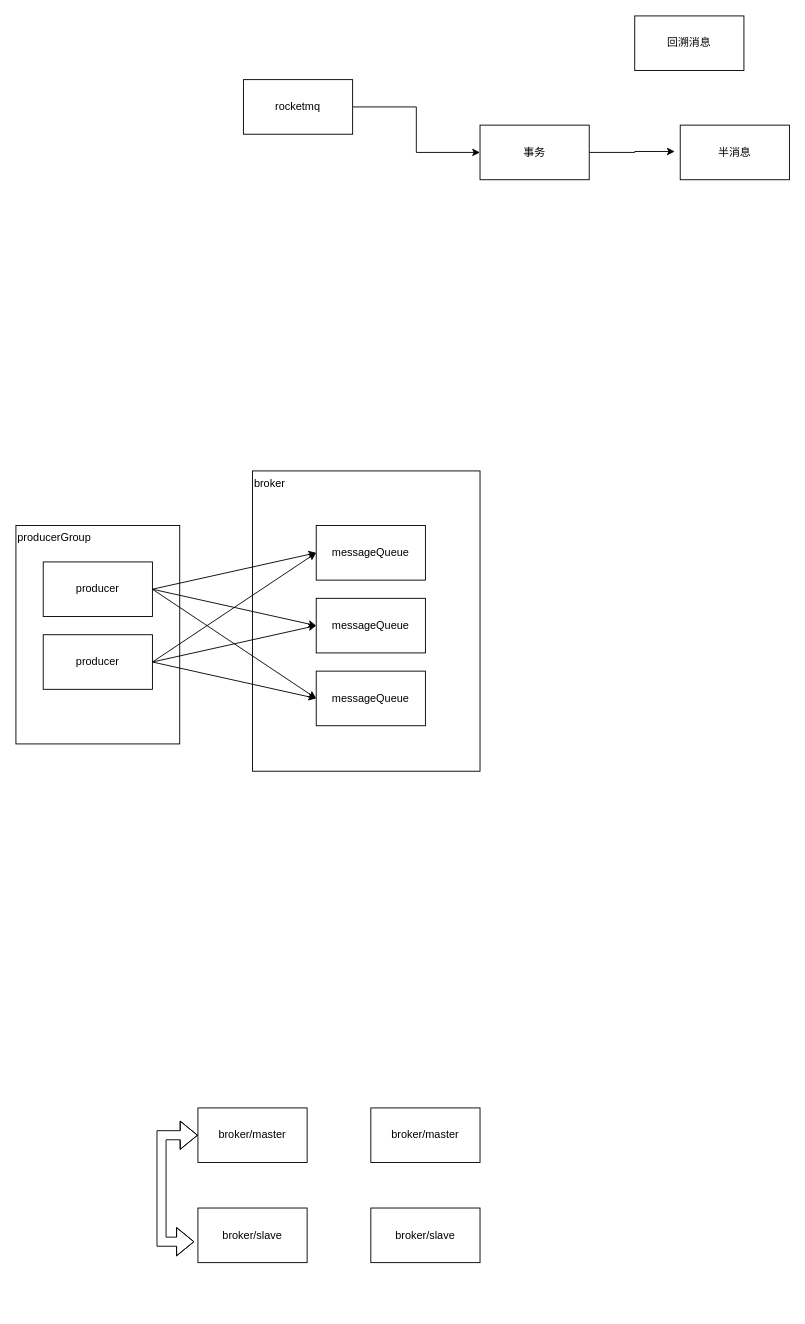
Earlier version of the draw.io diagram middleware/rocketmq/rocketstructure.drawio (shaominghuiwhatsup/graph). Source tidied: cells renumbered, new cells numbered last; positions are measured from the earlier drawing's top-left corner, leaving out a move shared by most shapes. Both pictures are drawn from the tidied source at 91%, with x=0, y=0 at pixel (15, 15).
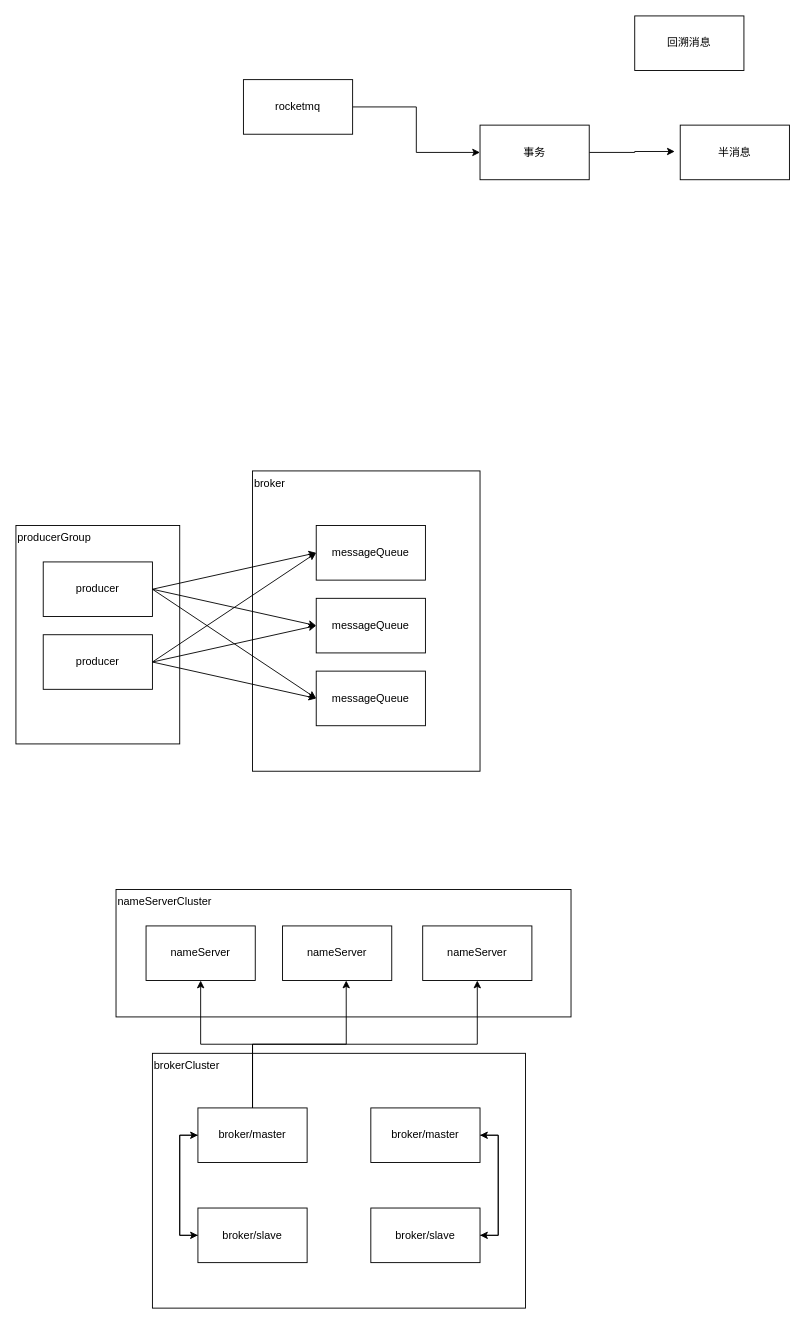
Above is the later version.

Unchanged cells that the change refers to:
```xml
<mxCell id="21" value="broker/master" style="rounded=0;whiteSpace=wrap;html=1;" parent="1" vertex="1">
  <mxGeometry x="200" y="1200" width="120" height="60" as="geometry" />
</mxCell>
<mxCell id="22" value="broker/master" style="rounded=0;whiteSpace=wrap;html=1;" parent="1" vertex="1">
  <mxGeometry x="390" y="1200" width="120" height="60" as="geometry" />
</mxCell>
<mxCell id="23" value="broker/slave" style="rounded=0;whiteSpace=wrap;html=1;" parent="1" vertex="1">
  <mxGeometry x="200" y="1310" width="120" height="60" as="geometry" />
</mxCell>
<mxCell id="24" value="broker/slave" style="rounded=0;whiteSpace=wrap;html=1;" parent="1" vertex="1">
  <mxGeometry x="390" y="1310" width="120" height="60" as="geometry" />
</mxCell>
```

Change to the diagram source:
```diff
@@
+    <mxCell id="26" value="nameServerCluster" style="rounded=0;whiteSpace=wrap;html=1;align=left;verticalAlign=top;" parent="1" vertex="1">
+      <mxGeometry x="110" y="960" width="500" height="140" as="geometry" />
+    </mxCell>
+    <mxCell id="27" value="brokerCluster" style="rounded=0;whiteSpace=wrap;html=1;align=left;verticalAlign=top;" parent="1" vertex="1">
+      <mxGeometry x="150" y="1140" width="410" height="280" as="geometry" />
+    </mxCell>
@@
+    <mxCell id="28" style="edgeStyle=orthogonalEdgeStyle;rounded=0;jettySize=auto;html=1;exitX=0;exitY=0.5;exitDx=0;exitDy=0;entryX=0;entryY=0.5;entryDx=0;entryDy=0;" parent="1" edge="1" source="21" target="23">
+      <mxGeometry relative="1" as="geometry" />
+    </mxCell>
+    <mxCell id="29" style="edgeStyle=orthogonalEdgeStyle;rounded=0;jettySize=auto;html=1;exitX=0.5;exitY=0;exitDx=0;exitDy=0;entryX=0.5;entryY=1;entryDx=0;entryDy=0;" parent="1" edge="1" source="21" target="34">
+      <mxGeometry relative="1" as="geometry" />
+    </mxCell>
+    <mxCell id="30" style="edgeStyle=orthogonalEdgeStyle;rounded=0;jettySize=auto;html=1;exitX=0.5;exitY=0;exitDx=0;exitDy=0;entryX=0.583;entryY=1;entryDx=0;entryDy=0;entryPerimeter=0;" parent="1" edge="1" source="21" target="35">
+      <mxGeometry relative="1" as="geometry" />
+    </mxCell>
+    <mxCell id="31" style="edgeStyle=orthogonalEdgeStyle;rounded=0;jettySize=auto;html=1;exitX=0.5;exitY=0;exitDx=0;exitDy=0;entryX=0.5;entryY=1;entryDx=0;entryDy=0;" parent="1" edge="1" source="21" target="36">
+      <mxGeometry relative="1" as="geometry" />
+    </mxCell>
@@
+    <mxCell id="32" style="edgeStyle=orthogonalEdgeStyle;rounded=0;jettySize=auto;html=1;exitX=1;exitY=0.5;exitDx=0;exitDy=0;entryX=1;entryY=0.5;entryDx=0;entryDy=0;" parent="1" edge="1" source="22" target="24">
+      <mxGeometry relative="1" as="geometry" />
+    </mxCell>
@@
+    <mxCell id="25" style="edgeStyle=orthogonalEdgeStyle;rounded=0;jettySize=auto;html=1;exitX=0;exitY=0.5;exitDx=0;exitDy=0;entryX=0;entryY=0.5;entryDx=0;entryDy=0;" parent="1" edge="1" source="23" target="21">
+      <mxGeometry relative="1" as="geometry" />
+    </mxCell>
@@
+    <mxCell id="33" style="edgeStyle=orthogonalEdgeStyle;rounded=0;jettySize=auto;html=1;exitX=1;exitY=0.5;exitDx=0;exitDy=0;entryX=1;entryY=0.5;entryDx=0;entryDy=0;" parent="1" edge="1" source="24" target="22">
+      <mxGeometry relative="1" as="geometry" />
+    </mxCell>
@@
-    <mxCell id="25" style="shape=flexArrow;endArrow=classic;startArrow=classic;html=1;rounded=0;exitX=-0.033;exitY=0.617;exitDx=0;exitDy=0;exitPerimeter=0;entryX=0;entryY=0.5;entryDx=0;entryDy=0;" parent="1" edge="1" source="23" target="21">
-      <mxGeometry relative="1" as="geometry">
-        <Array as="points">
-          <mxPoint x="160" y="1347" />
-          <mxPoint x="160" y="1230" />
-        </Array>
-      </mxGeometry>
-    </mxCell>
+    <mxCell id="34" value="nameServer" style="rounded=0;whiteSpace=wrap;html=1;" parent="1" vertex="1">
+      <mxGeometry x="143" y="1000" width="120" height="60" as="geometry" />
+    </mxCell>
+    <mxCell id="35" value="nameServer" style="rounded=0;whiteSpace=wrap;html=1;" parent="1" vertex="1">
+      <mxGeometry x="293" y="1000" width="120" height="60" as="geometry" />
+    </mxCell>
+    <mxCell id="36" value="nameServer" style="rounded=0;whiteSpace=wrap;html=1;" parent="1" vertex="1">
+      <mxGeometry x="447" y="1000" width="120" height="60" as="geometry" />
+    </mxCell>
```
